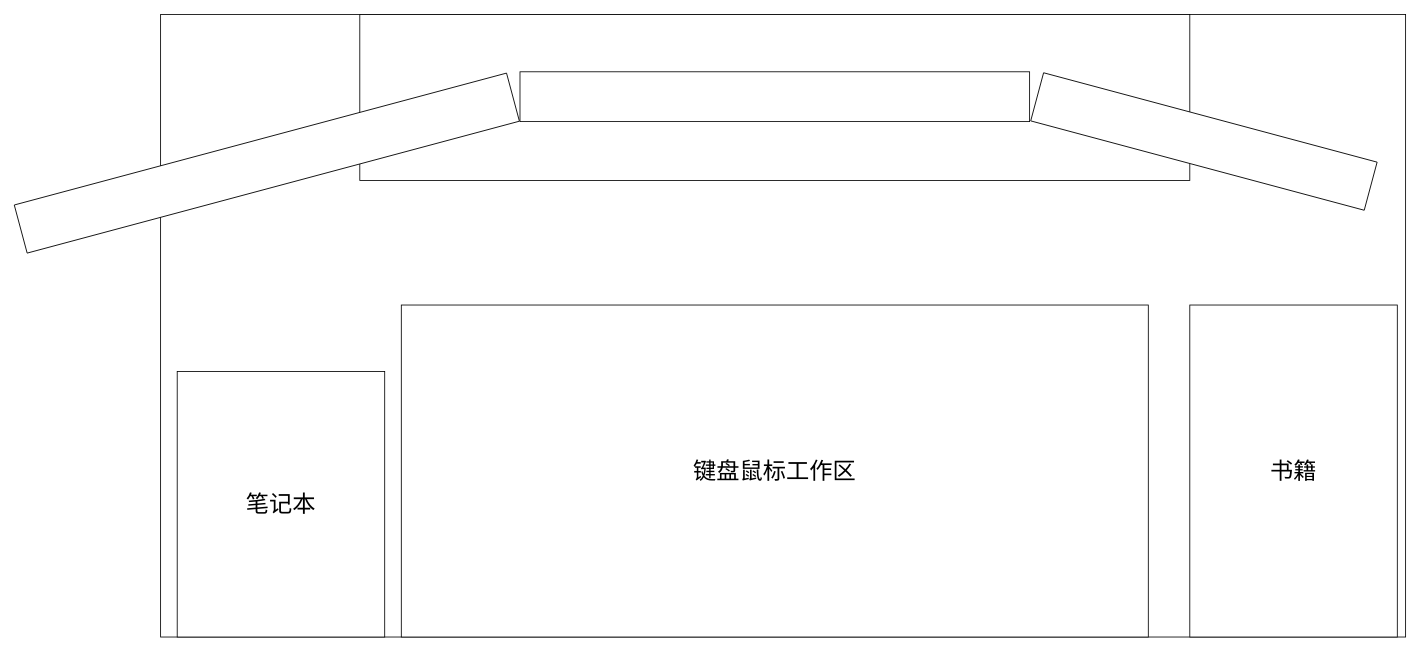
Before: 桌面.drawio in RekiDunois/ImagineThings, a draw.io diagram. Source tidied: cells renumbered, new cells numbered last; positions are measured from the earlier drawing's top-left corner, leaving out a move shared by most shapes. Both pictures are drawn from the tidied source at 83%, with x=0, y=0 at pixel (12, 14).
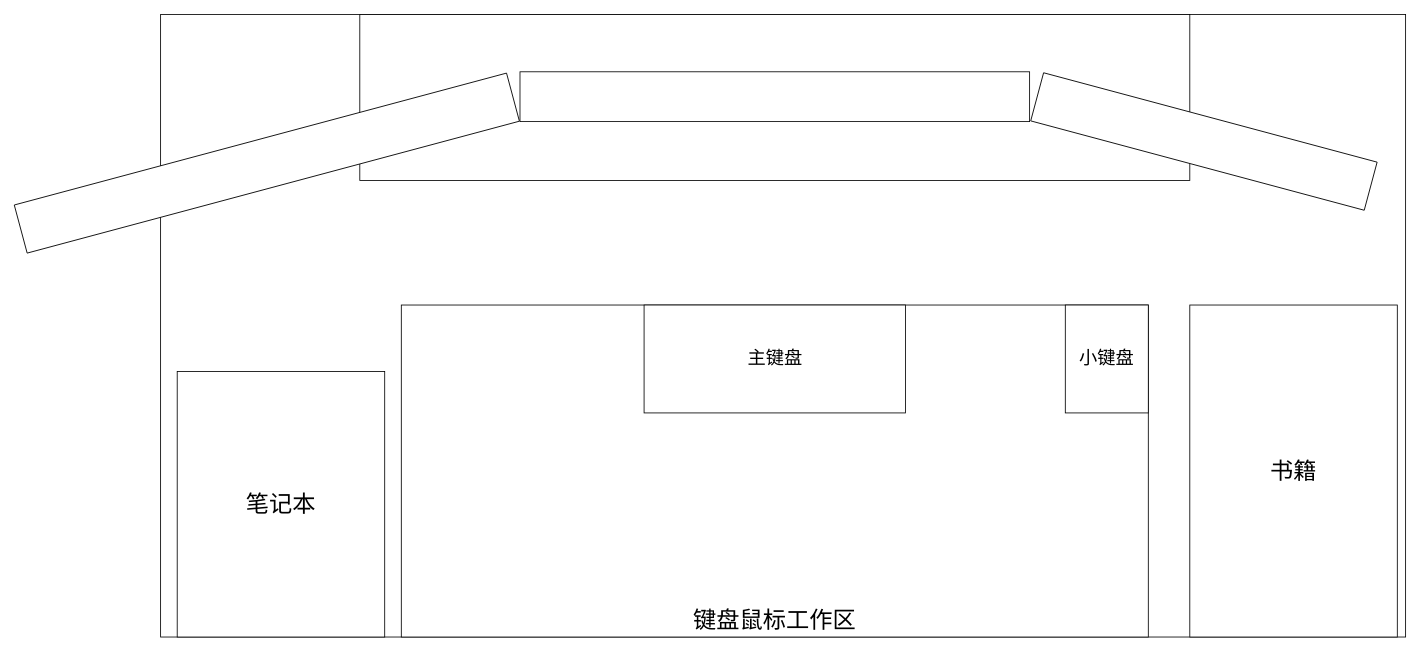
After the change.

The edit, as a diff of the source:
```diff
@@
 <mxGraphModel>
   <root>
     <mxCell id="0" />
     <mxCell id="1" parent="0" />
     <mxCell id="2" style="rounded=0;whiteSpace=wrap;html=1;" parent="1" vertex="1">
       <mxGeometry x="179" width="1500" height="750" as="geometry" />
     </mxCell>
     <mxCell id="3" style="rounded=0;whiteSpace=wrap;html=1;" parent="1" vertex="1">
       <mxGeometry x="419" width="1000" height="200" as="geometry" />
     </mxCell>
     <mxCell id="4" style="rounded=0;whiteSpace=wrap;html=1;" parent="1" vertex="1">
       <mxGeometry x="612" y="69" width="614" height="60" as="geometry" />
     </mxCell>
     <mxCell id="5" style="rounded=0;whiteSpace=wrap;html=1;rotation=-15;" parent="1" vertex="1">
       <mxGeometry y="149" width="614" height="60" as="geometry" />
     </mxCell>
     <mxCell id="6" style="rounded=0;whiteSpace=wrap;html=1;rotation=15;" parent="1" vertex="1">
       <mxGeometry x="1228" y="123" width="416" height="60" as="geometry" />
     </mxCell>
-    <mxCell id="7" value="键盘鼠标工作区" style="rounded=0;whiteSpace=wrap;html=1;fontSize=28;" parent="1" vertex="1">
+    <mxCell id="7" value="键盘鼠标工作区" style="rounded=0;whiteSpace=wrap;html=1;fontSize=28;verticalAlign=bottom;" parent="1" vertex="1">
       <mxGeometry x="469" y="350" width="900" height="400" as="geometry" />
     </mxCell>
     <mxCell id="8" value="书籍" style="rounded=0;whiteSpace=wrap;html=1;fontSize=28;" parent="1" vertex="1">
       <mxGeometry x="1419" y="350" width="250" height="400" as="geometry" />
     </mxCell>
     <mxCell id="9" value="笔记本" style="rounded=0;whiteSpace=wrap;html=1;fontSize=28;" parent="1" vertex="1">
       <mxGeometry x="199" y="430" width="250" height="320" as="geometry" />
     </mxCell>
+    <mxCell id="10" value="主键盘" style="rounded=0;whiteSpace=wrap;html=1;verticalAlign=middle;fontSize=22;" parent="1" vertex="1">
+      <mxGeometry x="761.5" y="350" width="315" height="130" as="geometry" />
+    </mxCell>
+    <mxCell id="11" value="小键盘" style="rounded=0;whiteSpace=wrap;html=1;verticalAlign=middle;fontSize=22;" parent="1" vertex="1">
+      <mxGeometry x="1269" y="350" width="100" height="130" as="geometry" />
+    </mxCell>
   </root>
 </mxGraphModel>
```
